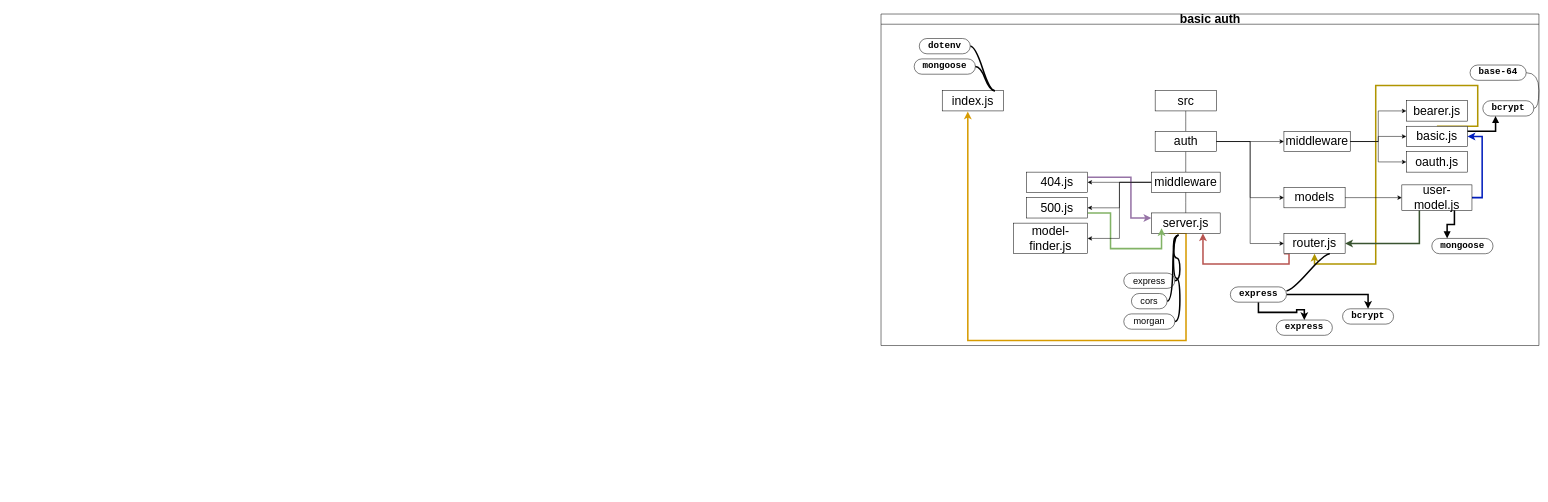
The draw.io diagram page "Page-1" (1 of 11) of Untitled Diagram.drawio in shadykh/uml, before the edit. Source tidied: cells renumbered, new cells numbered last; positions are measured from the earlier drawing's top-left corner, leaving out a move shared by most shapes. Both pictures are drawn from the tidied source at 51%, with x=0, y=0 at pixel (881, 14).
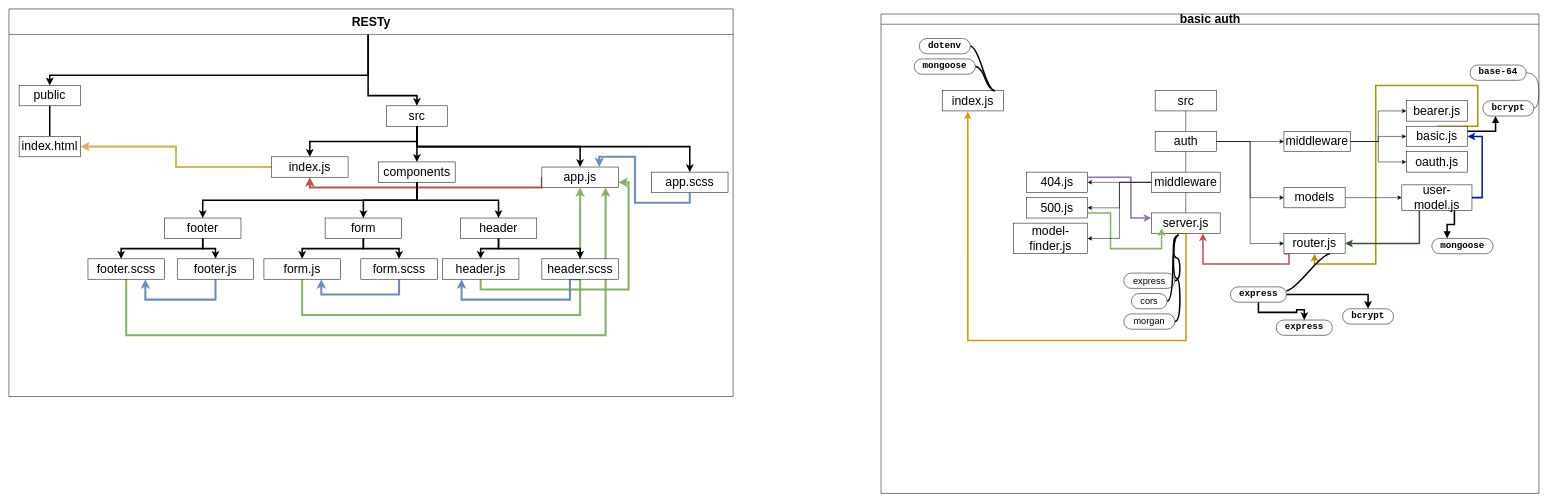
After the change.

Change to the diagram source:
```diff
@@
     <mxCell id="2" value="&lt;font style=&quot;font-size: 24px&quot;&gt;basic auth&lt;/font&gt;" style="swimlane;html=1;startSize=20;horizontal=1;containerType=tree;" parent="1" vertex="1">
-      <mxGeometry width="1290" height="650" as="geometry" />
+      <mxGeometry width="1290" height="940" as="geometry" />
     </mxCell>
@@
+    <mxCell id="60" value="&lt;span style=&quot;font-size: 24px&quot;&gt;RESTy&lt;/span&gt;" style="swimlane;html=1;startSize=50;horizontal=1;containerType=tree;" parent="1" vertex="1">
+      <mxGeometry x="-1710" y="-10" width="1420" height="760" as="geometry" />
+    </mxCell>
+    <mxCell id="61" style="edgeStyle=orthogonalEdgeStyle;rounded=0;jettySize=auto;html=1;exitX=0.5;exitY=1;exitDx=0;exitDy=0;startArrow=none;startFill=0;endArrow=classic;endFill=1;strokeWidth=4;fillColor=#d5e8d4;strokeColor=#82b366;entryX=0.833;entryY=1;entryDx=0;entryDy=0;entryPerimeter=0;" parent="60" edge="1" source="96" target="71">
+      <mxGeometry relative="1" as="geometry">
+        <Array as="points">
+          <mxPoint x="230" y="640" />
+          <mxPoint x="1170" y="640" />
+        </Array>
+      </mxGeometry>
+    </mxCell>
+    <mxCell id="62" style="edgeStyle=orthogonalEdgeStyle;rounded=0;jettySize=auto;html=1;exitX=0.5;exitY=1;exitDx=0;exitDy=0;startArrow=none;startFill=0;endArrow=classic;endFill=1;strokeWidth=4;fillColor=#d5e8d4;strokeColor=#82b366;entryX=0.5;entryY=1;entryDx=0;entryDy=0;" parent="60" edge="1" source="91" target="71">
+      <mxGeometry relative="1" as="geometry">
+        <Array as="points">
+          <mxPoint x="575" y="600" />
+          <mxPoint x="1120" y="600" />
+        </Array>
+      </mxGeometry>
+    </mxCell>
+    <mxCell id="63" style="edgeStyle=orthogonalEdgeStyle;rounded=0;jettySize=auto;html=1;exitX=0.5;exitY=0;exitDx=0;exitDy=0;entryX=0.496;entryY=0.066;entryDx=0;entryDy=0;entryPerimeter=0;startArrow=classic;startFill=1;endArrow=none;endFill=0;strokeWidth=3;" parent="60" edge="1" source="64" target="60">
+      <mxGeometry relative="1" as="geometry" />
+    </mxCell>
+    <mxCell id="64" value="&lt;font style=&quot;font-size: 24px&quot;&gt;public&lt;/font&gt;" style="whiteSpace=wrap;html=1;newEdgeStyle={&quot;edgeStyle&quot;:&quot;elbowEdgeStyle&quot;,&quot;startArrow&quot;:&quot;none&quot;,&quot;endArrow&quot;:&quot;none&quot;};" parent="60" vertex="1">
+      <mxGeometry x="20" y="150" width="120" height="40" as="geometry" />
+    </mxCell>
+    <mxCell id="65" style="edgeStyle=orthogonalEdgeStyle;rounded=0;jettySize=auto;html=1;exitX=0.5;exitY=0;exitDx=0;exitDy=0;entryX=0.496;entryY=0.068;entryDx=0;entryDy=0;entryPerimeter=0;startArrow=classic;startFill=1;endArrow=none;endFill=0;strokeWidth=3;" parent="60" edge="1" source="66" target="60">
+      <mxGeometry relative="1" as="geometry" />
+    </mxCell>
+    <mxCell id="66" value="&lt;span style=&quot;font-size: 24px&quot;&gt;src&lt;/span&gt;" style="whiteSpace=wrap;html=1;newEdgeStyle={&quot;edgeStyle&quot;:&quot;elbowEdgeStyle&quot;,&quot;startArrow&quot;:&quot;none&quot;,&quot;endArrow&quot;:&quot;none&quot;};" parent="60" vertex="1">
+      <mxGeometry x="740" y="190" width="120" height="40" as="geometry" />
+    </mxCell>
+    <mxCell id="67" style="edgeStyle=elbowEdgeStyle;rounded=0;jettySize=auto;html=1;elbow=vertical;startArrow=none;endArrow=classic;strokeWidth=3;endFill=1;" parent="60" edge="1" source="66" target="68">
+      <mxGeometry relative="1" as="geometry" />
+    </mxCell>
+    <mxCell id="68" value="&lt;span style=&quot;font-size: 24px&quot;&gt;components&lt;/span&gt;" style="whiteSpace=wrap;html=1;newEdgeStyle={&quot;edgeStyle&quot;:&quot;elbowEdgeStyle&quot;,&quot;startArrow&quot;:&quot;none&quot;,&quot;endArrow&quot;:&quot;none&quot;};" parent="60" vertex="1">
+      <mxGeometry x="725" y="300" width="150" height="40" as="geometry" />
+    </mxCell>
+    <mxCell id="69" style="edgeStyle=elbowEdgeStyle;rounded=0;jettySize=auto;html=1;elbow=vertical;startArrow=none;endArrow=classic;strokeWidth=3;endFill=1;" parent="60" edge="1" source="66" target="71">
+      <mxGeometry relative="1" as="geometry" />
+    </mxCell>
+    <mxCell id="70" style="edgeStyle=orthogonalEdgeStyle;rounded=0;jettySize=auto;html=1;exitX=0;exitY=0.5;exitDx=0;exitDy=0;entryX=0.5;entryY=1;entryDx=0;entryDy=0;startArrow=none;startFill=0;endArrow=classic;endFill=1;strokeWidth=4;fillColor=#f8cecc;strokeColor=#b85450;" parent="60" edge="1" source="71" target="74">
+      <mxGeometry relative="1" as="geometry">
+        <Array as="points">
+          <mxPoint x="1045" y="350" />
+          <mxPoint x="590" y="350" />
+        </Array>
+      </mxGeometry>
+    </mxCell>
+    <mxCell id="71" value="&lt;span style=&quot;font-size: 24px&quot;&gt;app.js&lt;/span&gt;" style="whiteSpace=wrap;html=1;newEdgeStyle={&quot;edgeStyle&quot;:&quot;elbowEdgeStyle&quot;,&quot;startArrow&quot;:&quot;none&quot;,&quot;endArrow&quot;:&quot;none&quot;};" parent="60" vertex="1">
+      <mxGeometry x="1045" y="310" width="150" height="40" as="geometry" />
+    </mxCell>
+    <mxCell id="72" style="edgeStyle=elbowEdgeStyle;rounded=0;jettySize=auto;html=1;elbow=vertical;startArrow=none;endArrow=classic;strokeWidth=3;endFill=1;" parent="60" edge="1" source="66" target="74">
+      <mxGeometry relative="1" as="geometry" />
+    </mxCell>
+    <mxCell id="73" style="edgeStyle=orthogonalEdgeStyle;rounded=0;jettySize=auto;html=1;exitX=0;exitY=0.5;exitDx=0;exitDy=0;entryX=1;entryY=0.5;entryDx=0;entryDy=0;startArrow=none;startFill=0;endArrow=classic;endFill=1;strokeWidth=4;fillColor=#fff2cc;strokeColor=#d6b656;" parent="60" edge="1" source="74" target="98">
+      <mxGeometry relative="1" as="geometry" />
+    </mxCell>
+    <mxCell id="74" value="&lt;span style=&quot;font-size: 24px&quot;&gt;index.js&lt;/span&gt;" style="whiteSpace=wrap;html=1;newEdgeStyle={&quot;edgeStyle&quot;:&quot;elbowEdgeStyle&quot;,&quot;startArrow&quot;:&quot;none&quot;,&quot;endArrow&quot;:&quot;none&quot;};" parent="60" vertex="1">
+      <mxGeometry x="515" y="290" width="150" height="40" as="geometry" />
+    </mxCell>
+    <mxCell id="75" style="edgeStyle=elbowEdgeStyle;rounded=0;jettySize=auto;html=1;elbow=vertical;startArrow=none;endArrow=classic;strokeWidth=3;endFill=1;" parent="60" edge="1" source="68" target="76">
+      <mxGeometry relative="1" as="geometry" />
+    </mxCell>
+    <mxCell id="76" value="&lt;span style=&quot;font-size: 24px&quot;&gt;form&lt;/span&gt;" style="whiteSpace=wrap;html=1;newEdgeStyle={&quot;edgeStyle&quot;:&quot;elbowEdgeStyle&quot;,&quot;startArrow&quot;:&quot;none&quot;,&quot;endArrow&quot;:&quot;none&quot;};" parent="60" vertex="1">
+      <mxGeometry x="620" y="410" width="150" height="40" as="geometry" />
+    </mxCell>
+    <mxCell id="77" style="edgeStyle=elbowEdgeStyle;rounded=0;jettySize=auto;html=1;elbow=vertical;startArrow=none;endArrow=classic;strokeWidth=3;endFill=1;" parent="60" edge="1" source="68" target="78">
+      <mxGeometry relative="1" as="geometry" />
+    </mxCell>
+    <mxCell id="78" value="&lt;span style=&quot;font-size: 24px&quot;&gt;header&lt;/span&gt;" style="whiteSpace=wrap;html=1;newEdgeStyle={&quot;edgeStyle&quot;:&quot;elbowEdgeStyle&quot;,&quot;startArrow&quot;:&quot;none&quot;,&quot;endArrow&quot;:&quot;none&quot;};" parent="60" vertex="1">
+      <mxGeometry x="885" y="410" width="150" height="40" as="geometry" />
+    </mxCell>
+    <mxCell id="79" style="edgeStyle=elbowEdgeStyle;rounded=0;jettySize=auto;html=1;elbow=vertical;startArrow=none;endArrow=classic;strokeWidth=3;endFill=1;" parent="60" edge="1" source="68" target="80">
+      <mxGeometry relative="1" as="geometry" />
+    </mxCell>
+    <mxCell id="80" value="&lt;span style=&quot;font-size: 24px&quot;&gt;footer&lt;/span&gt;" style="whiteSpace=wrap;html=1;newEdgeStyle={&quot;edgeStyle&quot;:&quot;elbowEdgeStyle&quot;,&quot;startArrow&quot;:&quot;none&quot;,&quot;endArrow&quot;:&quot;none&quot;};" parent="60" vertex="1">
+      <mxGeometry x="305" y="410" width="150" height="40" as="geometry" />
+    </mxCell>
+    <mxCell id="81" style="edgeStyle=elbowEdgeStyle;rounded=0;jettySize=auto;html=1;elbow=vertical;startArrow=none;endArrow=classic;strokeWidth=3;endFill=1;" parent="60" edge="1" source="78" target="83">
+      <mxGeometry relative="1" as="geometry" />
+    </mxCell>
+    <mxCell id="82" style="edgeStyle=orthogonalEdgeStyle;rounded=0;jettySize=auto;html=1;exitX=0.5;exitY=1;exitDx=0;exitDy=0;startArrow=none;startFill=0;endArrow=classic;endFill=1;strokeWidth=4;fillColor=#d5e8d4;strokeColor=#82b366;entryX=1;entryY=0.75;entryDx=0;entryDy=0;" parent="60" edge="1" source="83" target="71">
+      <mxGeometry relative="1" as="geometry" />
+    </mxCell>
+    <mxCell id="83" value="&lt;span style=&quot;font-size: 24px&quot;&gt;header.js&lt;/span&gt;" style="whiteSpace=wrap;html=1;newEdgeStyle={&quot;edgeStyle&quot;:&quot;elbowEdgeStyle&quot;,&quot;startArrow&quot;:&quot;none&quot;,&quot;endArrow&quot;:&quot;none&quot;};" parent="60" vertex="1">
+      <mxGeometry x="850" y="490" width="150" height="40" as="geometry" />
+    </mxCell>
+    <mxCell id="84" style="edgeStyle=elbowEdgeStyle;rounded=0;jettySize=auto;html=1;elbow=vertical;startArrow=none;endArrow=classic;strokeWidth=3;endFill=1;" parent="60" edge="1" source="78" target="86">
+      <mxGeometry relative="1" as="geometry" />
+    </mxCell>
+    <mxCell id="85" style="edgeStyle=orthogonalEdgeStyle;rounded=0;jettySize=auto;html=1;exitX=0.5;exitY=1;exitDx=0;exitDy=0;entryX=0.25;entryY=1;entryDx=0;entryDy=0;startArrow=none;startFill=0;endArrow=classic;endFill=1;strokeWidth=4;fillColor=#dae8fc;strokeColor=#6c8ebf;" parent="60" edge="1" source="86" target="83">
+      <mxGeometry relative="1" as="geometry">
+        <Array as="points">
+          <mxPoint x="1100" y="530" />
+          <mxPoint x="1100" y="570" />
+          <mxPoint x="888" y="570" />
+        </Array>
+      </mxGeometry>
+    </mxCell>
+    <mxCell id="86" value="&lt;span style=&quot;font-size: 24px&quot;&gt;header.scss&lt;/span&gt;" style="whiteSpace=wrap;html=1;newEdgeStyle={&quot;edgeStyle&quot;:&quot;elbowEdgeStyle&quot;,&quot;startArrow&quot;:&quot;none&quot;,&quot;endArrow&quot;:&quot;none&quot;};" parent="60" vertex="1">
+      <mxGeometry x="1045" y="490" width="150" height="40" as="geometry" />
+    </mxCell>
+    <mxCell id="87" style="edgeStyle=elbowEdgeStyle;rounded=0;jettySize=auto;html=1;elbow=vertical;startArrow=none;endArrow=classic;strokeWidth=3;endFill=1;" parent="60" edge="1" source="76" target="89">
+      <mxGeometry relative="1" as="geometry" />
+    </mxCell>
+    <mxCell id="88" style="edgeStyle=orthogonalEdgeStyle;rounded=0;jettySize=auto;html=1;exitX=0.5;exitY=1;exitDx=0;exitDy=0;entryX=0.75;entryY=1;entryDx=0;entryDy=0;startArrow=none;startFill=0;endArrow=classic;endFill=1;strokeWidth=4;fillColor=#dae8fc;strokeColor=#6c8ebf;" parent="60" edge="1" source="89" target="91">
+      <mxGeometry relative="1" as="geometry">
+        <Array as="points">
+          <mxPoint x="765" y="560" />
+          <mxPoint x="613" y="560" />
+        </Array>
+      </mxGeometry>
+    </mxCell>
+    <mxCell id="89" value="&lt;span style=&quot;font-size: 24px&quot;&gt;form.scss&lt;/span&gt;" style="whiteSpace=wrap;html=1;newEdgeStyle={&quot;edgeStyle&quot;:&quot;elbowEdgeStyle&quot;,&quot;startArrow&quot;:&quot;none&quot;,&quot;endArrow&quot;:&quot;none&quot;};" parent="60" vertex="1">
+      <mxGeometry x="690" y="490" width="150" height="40" as="geometry" />
+    </mxCell>
+    <mxCell id="90" style="edgeStyle=elbowEdgeStyle;rounded=0;jettySize=auto;html=1;elbow=vertical;startArrow=none;endArrow=classic;strokeWidth=3;endFill=1;" parent="60" edge="1" source="76" target="91">
+      <mxGeometry relative="1" as="geometry" />
+    </mxCell>
+    <mxCell id="91" value="&lt;span style=&quot;font-size: 24px&quot;&gt;form.js&lt;/span&gt;" style="whiteSpace=wrap;html=1;newEdgeStyle={&quot;edgeStyle&quot;:&quot;elbowEdgeStyle&quot;,&quot;startArrow&quot;:&quot;none&quot;,&quot;endArrow&quot;:&quot;none&quot;};" parent="60" vertex="1">
+      <mxGeometry x="500" y="490" width="150" height="40" as="geometry" />
+    </mxCell>
+    <mxCell id="92" style="edgeStyle=elbowEdgeStyle;rounded=0;jettySize=auto;html=1;elbow=vertical;startArrow=none;endArrow=classic;strokeWidth=3;endFill=1;" parent="60" edge="1" source="80" target="94">
+      <mxGeometry relative="1" as="geometry" />
+    </mxCell>
+    <mxCell id="93" style="edgeStyle=orthogonalEdgeStyle;rounded=0;jettySize=auto;html=1;exitX=0.5;exitY=1;exitDx=0;exitDy=0;entryX=0.75;entryY=1;entryDx=0;entryDy=0;startArrow=none;startFill=0;endArrow=classic;endFill=1;strokeWidth=4;fillColor=#dae8fc;strokeColor=#6c8ebf;" parent="60" edge="1" source="94" target="96">
+      <mxGeometry relative="1" as="geometry">
+        <Array as="points">
+          <mxPoint x="405" y="570" />
+          <mxPoint x="268" y="570" />
+        </Array>
+      </mxGeometry>
+    </mxCell>
+    <mxCell id="94" value="&lt;span style=&quot;font-size: 24px&quot;&gt;footer.js&lt;/span&gt;" style="whiteSpace=wrap;html=1;newEdgeStyle={&quot;edgeStyle&quot;:&quot;elbowEdgeStyle&quot;,&quot;startArrow&quot;:&quot;none&quot;,&quot;endArrow&quot;:&quot;none&quot;};" parent="60" vertex="1">
+      <mxGeometry x="330" y="490" width="150" height="40" as="geometry" />
+    </mxCell>
+    <mxCell id="95" style="edgeStyle=elbowEdgeStyle;rounded=0;jettySize=auto;html=1;elbow=vertical;startArrow=none;endArrow=classic;strokeWidth=3;endFill=1;" parent="60" edge="1" source="80">
+      <mxGeometry relative="1" as="geometry">
+        <mxPoint x="220" y="490" as="targetPoint" />
+      </mxGeometry>
+    </mxCell>
+    <mxCell id="96" value="&lt;span style=&quot;font-size: 24px&quot;&gt;footer.scss&lt;/span&gt;" style="whiteSpace=wrap;html=1;newEdgeStyle={&quot;edgeStyle&quot;:&quot;elbowEdgeStyle&quot;,&quot;startArrow&quot;:&quot;none&quot;,&quot;endArrow&quot;:&quot;none&quot;};" parent="60" vertex="1">
+      <mxGeometry x="155" y="490" width="150" height="40" as="geometry" />
+    </mxCell>
+    <mxCell id="97" style="edgeStyle=elbowEdgeStyle;rounded=0;jettySize=auto;html=1;elbow=vertical;startArrow=none;endArrow=none;strokeWidth=3;" parent="60" edge="1" source="64" target="98">
+      <mxGeometry relative="1" as="geometry" />
+    </mxCell>
+    <mxCell id="98" value="&lt;font style=&quot;font-size: 24px&quot;&gt;index.html&lt;/font&gt;" style="whiteSpace=wrap;html=1;newEdgeStyle={&quot;edgeStyle&quot;:&quot;elbowEdgeStyle&quot;,&quot;startArrow&quot;:&quot;none&quot;,&quot;endArrow&quot;:&quot;none&quot;};" parent="60" vertex="1">
+      <mxGeometry x="20" y="250" width="120" height="40" as="geometry" />
+    </mxCell>
+    <mxCell id="99" style="edgeStyle=elbowEdgeStyle;rounded=0;jettySize=auto;html=1;elbow=vertical;startArrow=none;endArrow=classic;strokeWidth=3;endFill=1;" parent="60" edge="1" source="66" target="101">
+      <mxGeometry relative="1" as="geometry">
+        <Array as="points">
+          <mxPoint x="1250" y="270" />
+        </Array>
+      </mxGeometry>
+    </mxCell>
+    <mxCell id="100" style="edgeStyle=orthogonalEdgeStyle;rounded=0;jettySize=auto;html=1;exitX=0.5;exitY=1;exitDx=0;exitDy=0;entryX=0.75;entryY=0;entryDx=0;entryDy=0;startArrow=none;startFill=0;endArrow=classic;endFill=1;strokeWidth=4;fillColor=#dae8fc;strokeColor=#6c8ebf;" parent="60" edge="1" source="101" target="71">
+      <mxGeometry relative="1" as="geometry" />
+    </mxCell>
+    <mxCell id="101" value="&lt;span style=&quot;font-size: 24px&quot;&gt;app.scss&lt;/span&gt;" style="whiteSpace=wrap;html=1;newEdgeStyle={&quot;edgeStyle&quot;:&quot;elbowEdgeStyle&quot;,&quot;startArrow&quot;:&quot;none&quot;,&quot;endArrow&quot;:&quot;none&quot;};" parent="60" vertex="1">
+      <mxGeometry x="1260" y="320" width="150" height="40" as="geometry" />
+    </mxCell>
```
